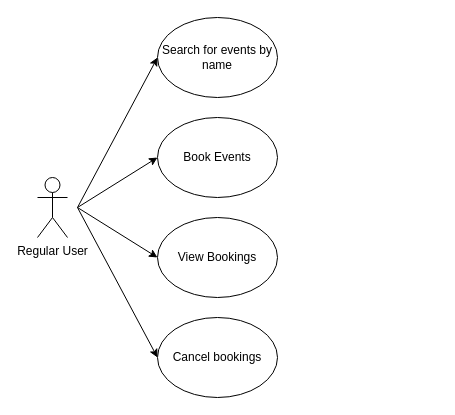
Before: UserCase2.drawio in amipl/CatApp, a draw.io diagram. Source tidied: cells renumbered, new cells numbered last; positions are measured from the earlier drawing's top-left corner, leaving out a move shared by most shapes. Both pictures are drawn from the tidied source at 100%, with x=0, y=0 at pixel (37, 17).
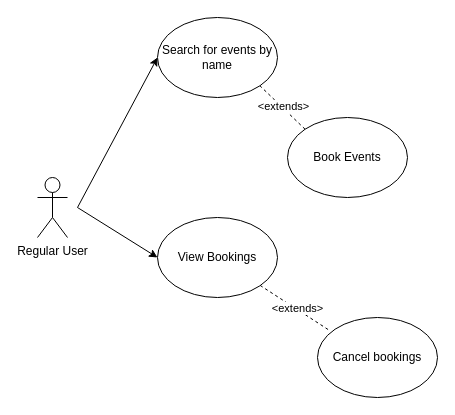
The same page after the edit.

Diff of the diagram source:
```diff
@@
 <mxGraphModel>
   <root>
     <mxCell id="0" />
     <mxCell id="1" parent="0" />
     <mxCell id="2" value="Regular User" style="shape=umlActor;verticalLabelPosition=bottom;verticalAlign=top;html=1;labelPerimeter=1;" parent="1" vertex="1">
       <mxGeometry y="160" width="30" height="60" as="geometry" />
     </mxCell>
     <mxCell id="3" value="Search for events by name" style="ellipse;whiteSpace=wrap;html=1;shapeInside=1;" parent="1" vertex="1">
       <mxGeometry x="120" width="120" height="80" as="geometry" />
     </mxCell>
     <mxCell id="4" value="Book Events" style="ellipse;whiteSpace=wrap;html=1;shapeInside=1;" parent="1" vertex="1">
-      <mxGeometry x="120" y="100" width="120" height="80" as="geometry" />
+      <mxGeometry x="250" y="100" width="120" height="80" as="geometry" />
     </mxCell>
     <mxCell id="5" value="View Bookings" style="ellipse;whiteSpace=wrap;html=1;shapeInside=1;" parent="1" vertex="1">
       <mxGeometry x="120" y="200" width="120" height="80" as="geometry" />
     </mxCell>
     <mxCell id="6" value="Cancel bookings" style="ellipse;whiteSpace=wrap;html=1;shapeInside=1;" parent="1" vertex="1">
-      <mxGeometry x="120" y="300" width="120" height="80" as="geometry" />
+      <mxGeometry x="280" y="300" width="120" height="80" as="geometry" />
     </mxCell>
     <mxCell id="7" style="endArrow=classic;html=1;rounded=0;defaultLabelBackgroundColor=page;entryX=0;entryY=0.5;entryDx=0;entryDy=0;" parent="1" edge="1" target="3">
       <mxGeometry relative="1" as="geometry">
         <mxPoint x="40" y="190" as="sourcePoint" />
       </mxGeometry>
     </mxCell>
-    <mxCell id="8" style="endArrow=classic;html=1;rounded=0;defaultLabelBackgroundColor=page;entryX=0;entryY=0.5;entryDx=0;entryDy=0;" parent="1" edge="1" target="4">
-      <mxGeometry relative="1" as="geometry">
-        <mxPoint x="40" y="190" as="sourcePoint" />
-      </mxGeometry>
-    </mxCell>
     <mxCell id="9" style="endArrow=classic;html=1;rounded=0;defaultLabelBackgroundColor=page;entryX=0;entryY=0.5;entryDx=0;entryDy=0;" parent="1" edge="1" target="5">
       <mxGeometry relative="1" as="geometry">
         <mxPoint x="40" y="190" as="sourcePoint" />
       </mxGeometry>
     </mxCell>
-    <mxCell id="10" style="endArrow=classic;html=1;rounded=0;defaultLabelBackgroundColor=page;entryX=0;entryY=0.5;entryDx=0;entryDy=0;" parent="1" edge="1" target="6">
-      <mxGeometry relative="1" as="geometry">
-        <mxPoint x="40" y="190" as="sourcePoint" />
-      </mxGeometry>
-    </mxCell>
+    <mxCell id="11" style="endArrow=none;dashed=1;html=1;rounded=0;defaultLabelBackgroundColor=page;exitX=0;exitY=0;exitDx=0;exitDy=0;entryX=1;entryY=1;entryDx=0;entryDy=0;" parent="1" edge="1" source="4" target="3">
+      <mxGeometry relative="1" as="geometry" />
+    </mxCell>
+    <mxCell id="12" value="&amp;lt;extends&amp;gt;" style="edgeLabel;html=1;align=center;verticalAlign=middle;inheritText=1;defaultLabelBackgroundColor=page;" parent="11" vertex="1">
+      <mxGeometry x="0.02" y="-2" relative="1" as="geometry" />
+    </mxCell>
+    <mxCell id="13" style="endArrow=none;dashed=1;html=1;rounded=0;defaultLabelBackgroundColor=page;exitX=0.088;exitY=0.15;exitDx=0;exitDy=0;exitPerimeter=0;" parent="1" edge="1" source="6" target="5">
+      <mxGeometry relative="1" as="geometry" />
+    </mxCell>
+    <mxCell id="14" value="&amp;lt;extends&amp;gt;" style="edgeLabel;html=1;align=center;verticalAlign=middle;inheritText=1;defaultLabelBackgroundColor=page;" parent="13" vertex="1">
+      <mxGeometry x="-0.05" y="-1" relative="1" as="geometry" />
+    </mxCell>
   </root>
 </mxGraphModel>
```
